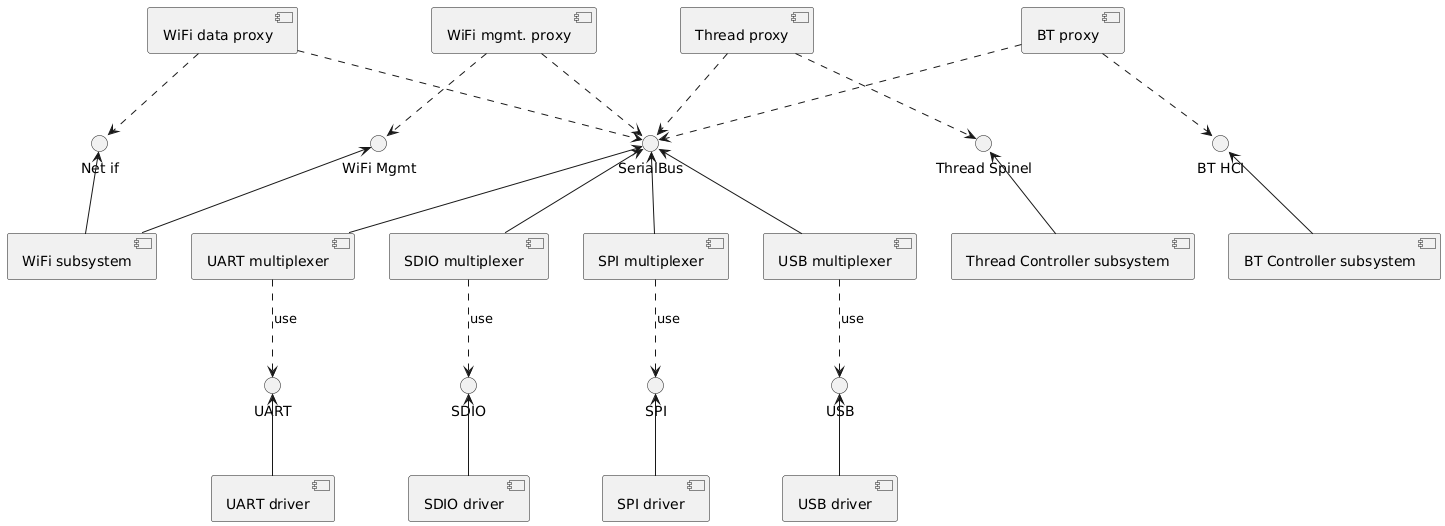
mjaakkol/embedded80211_serial keeps this PlantUML diagram as docs/mcu_component.png. Above is the earlier version.
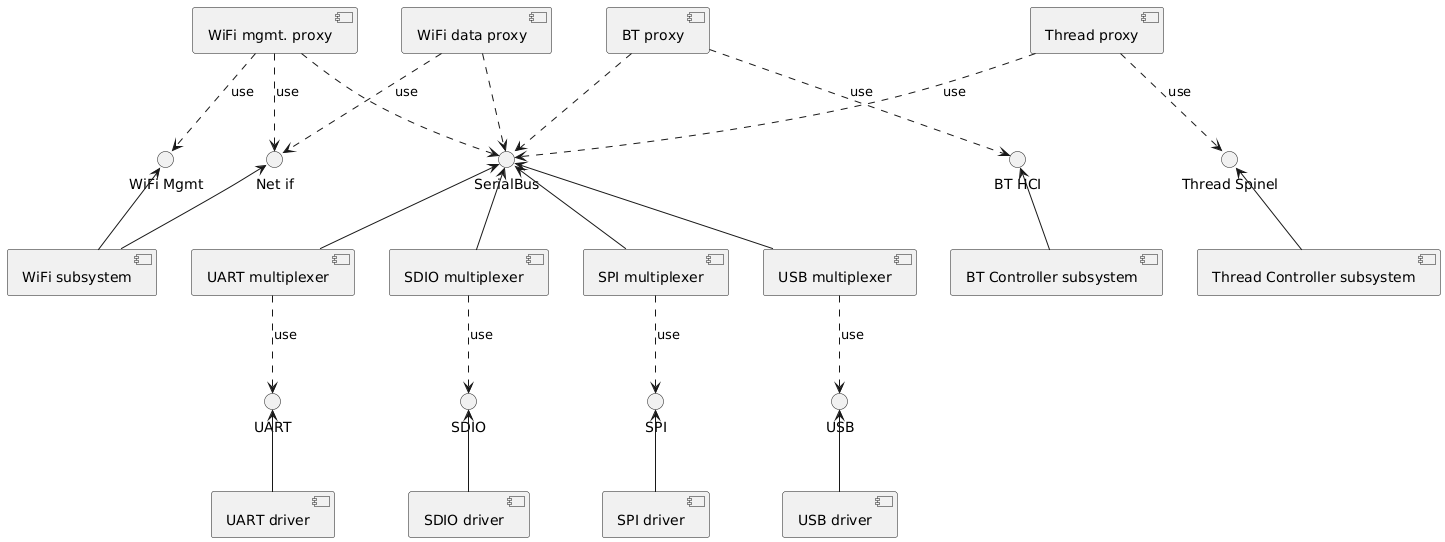
Later version of the same file.

Change to the diagram source:
```diff
@@ -26,10 +26,11 @@
 [USB multiplexer] ..> USB: use
 [WiFi mgmt. proxy] ..> SerialBus
 [WiFi data proxy] ..> SerialBus
-[WiFi mgmt. proxy] ..> "WiFi Mgmt"
-[WiFi data proxy] ..> "Net if"
+[WiFi mgmt. proxy] ..> "WiFi Mgmt": use
+[WiFi mgmt. proxy] ..> "Net if": use
+[WiFi data proxy] ..> "Net if": use
 [BT proxy] ..> SerialBus
-[BT proxy] ..> "BT HCI"
-[Thread proxy] ..> SerialBus
-[Thread proxy] ..> "Thread Spinel"
+[BT proxy] ..> "BT HCI": use
+[Thread proxy] ..> SerialBus: use
+[Thread proxy] ..> "Thread Spinel": use
 @enduml
```
